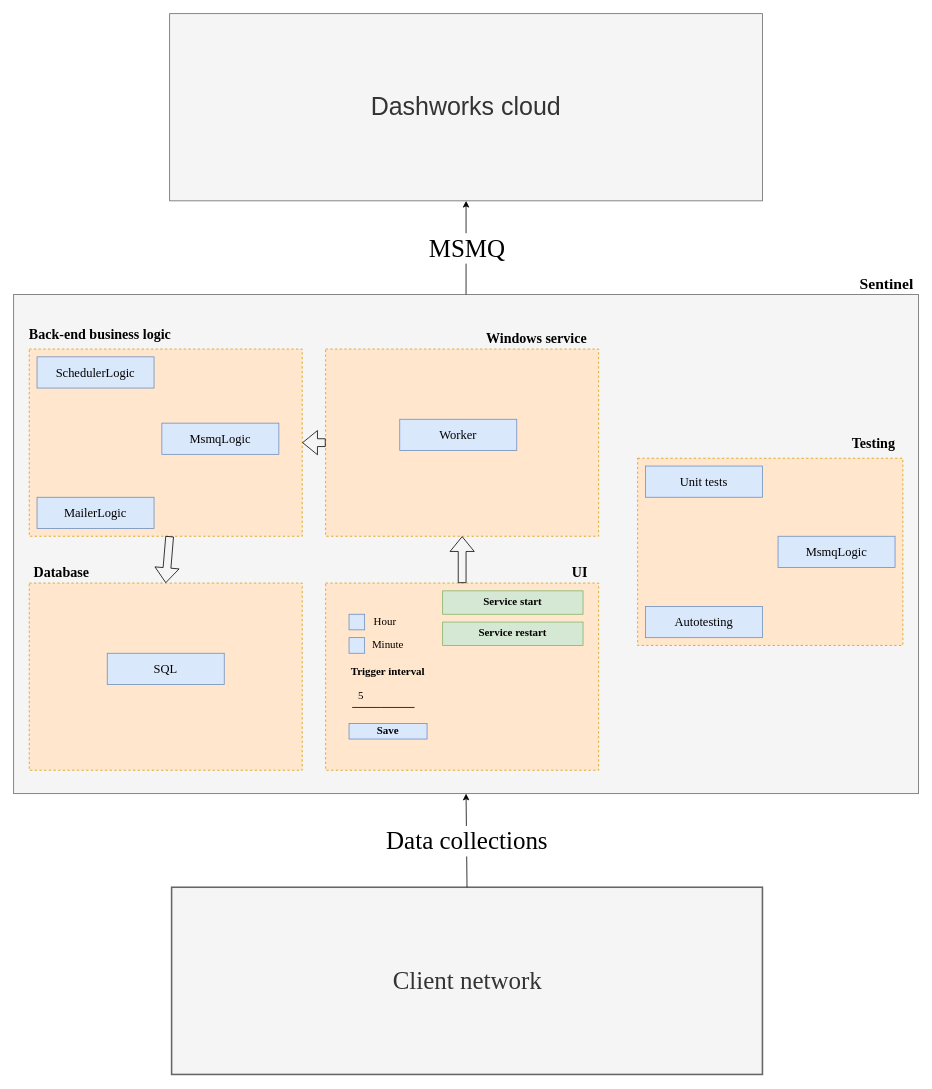
Before: src/assets/Untitled Diagram.drawio in ValeryYuntsevich/ag-grid, a draw.io diagram. Source tidied: cells renumbered, new cells numbered last; positions are measured from the earlier drawing's top-left corner, leaving out a move shared by most shapes. Both pictures are drawn from the tidied source at 78%, with x=0, y=0 at pixel (13, 13).
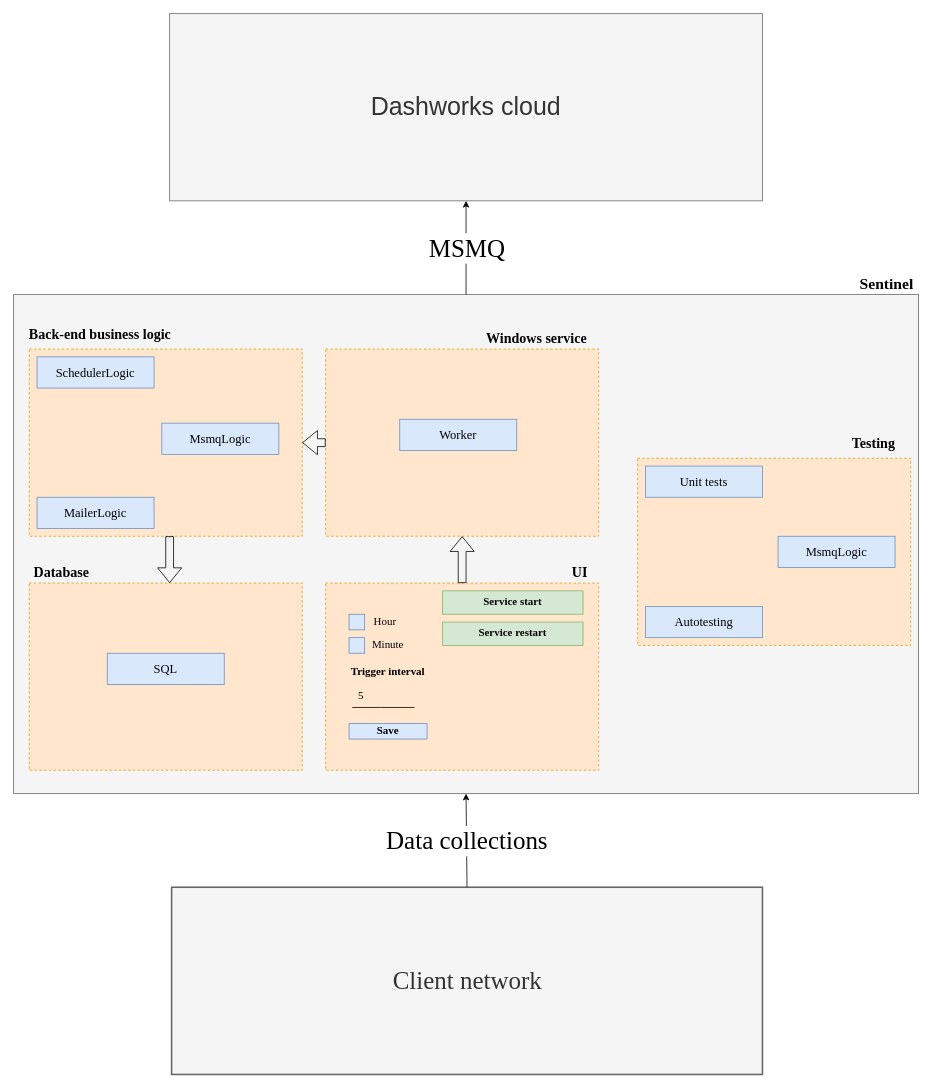
Above is the later version.

Unchanged cells that the change refers to:
```xml
<mxCell id="21" style="rounded=0;whiteSpace=wrap;html=1;fontFamily=Times New Roman;fontSize=18;strokeWidth=1;dashed=1;fillColor=#ffe6cc;strokeColor=#d79b00;" parent="1" vertex="1">
  <mxGeometry x="20" y="730" width="350" height="240" as="geometry" />
</mxCell>
```

Change to the diagram source:
```diff
@@
     <mxCell id="24" style="rounded=0;whiteSpace=wrap;html=1;fontFamily=Times New Roman;fontSize=18;strokeWidth=1;dashed=1;fillColor=#ffe6cc;strokeColor=#d79b00;" parent="1" vertex="1">
-      <mxGeometry x="800" y="570" width="340" height="240" as="geometry" />
+      <mxGeometry x="800" y="570" width="350" height="240" as="geometry" />
     </mxCell>
@@
-    <mxCell id="26" style="shape=flexArrow;endArrow=classic;html=1;rounded=0;entryX=0.5;entryY=0;entryDx=0;entryDy=0;" parent="1" edge="1" target="21">
+    <mxCell id="26" style="shape=flexArrow;endArrow=classic;html=1;rounded=0;" parent="1" edge="1">
       <mxGeometry relative="1" as="geometry">
         <mxPoint x="200" y="670" as="sourcePoint" />
+        <mxPoint x="200" y="730" as="targetPoint" />
       </mxGeometry>
     </mxCell>
```
